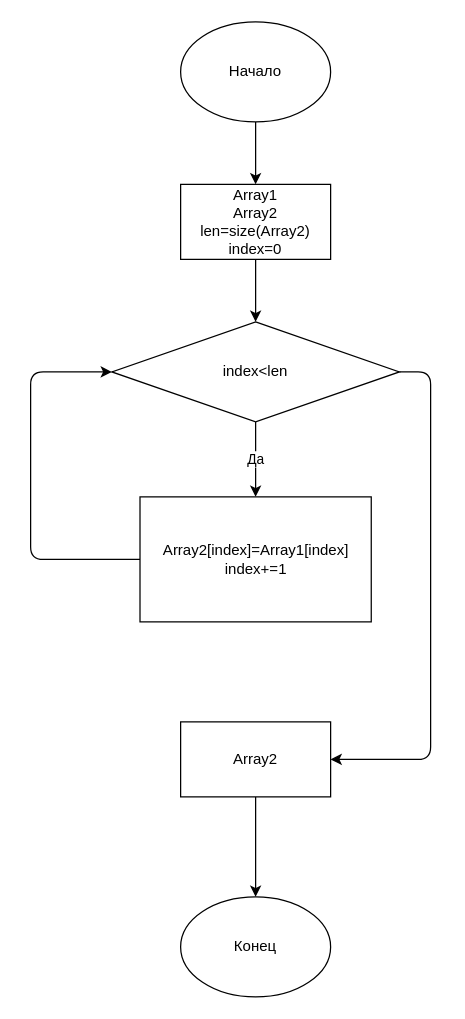
Before: text.drawio in Vavikachka/ControleWord, a draw.io diagram. Source tidied: cells renumbered, new cells numbered last; positions are measured from the earlier drawing's top-left corner, leaving out a move shared by most shapes. Both pictures are drawn from the tidied source at 125%, with x=0, y=0 at pixel (30, 21).
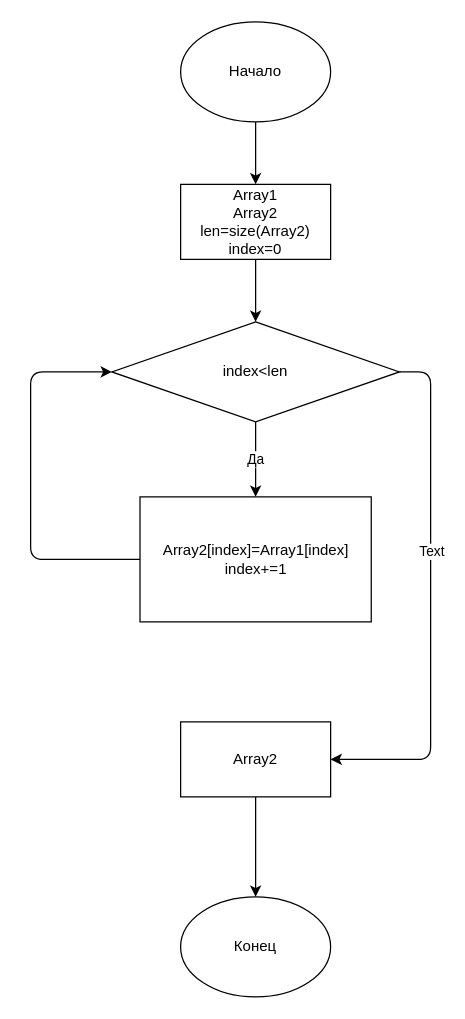
The same diagram, later.

What changed in the source:
```diff
@@
 <mxGraphModel>
   <root>
     <mxCell id="0" />
     <mxCell id="1" parent="0" />
     <mxCell id="2" style="edgeStyle=none;html=1;exitX=0.5;exitY=1;exitDx=0;exitDy=0;entryX=0.5;entryY=0;entryDx=0;entryDy=0;" parent="1" edge="1" source="3" target="5">
       <mxGeometry relative="1" as="geometry" />
     </mxCell>
     <mxCell id="3" value="Начало" style="ellipse;whiteSpace=wrap;html=1;" parent="1" vertex="1">
       <mxGeometry x="120" width="120" height="80" as="geometry" />
     </mxCell>
     <mxCell id="4" style="edgeStyle=none;html=1;exitX=0.5;exitY=1;exitDx=0;exitDy=0;entryX=0.5;entryY=0;entryDx=0;entryDy=0;" parent="1" edge="1" source="5" target="8">
       <mxGeometry relative="1" as="geometry" />
     </mxCell>
     <mxCell id="5" value="Array1&lt;br&gt;Array2&lt;br&gt;len=size(Array2)&lt;br&gt;index=0" style="rounded=0;whiteSpace=wrap;html=1;" parent="1" vertex="1">
       <mxGeometry x="120" y="130" width="120" height="60" as="geometry" />
     </mxCell>
     <mxCell id="6" value="Да" style="edgeStyle=none;html=1;exitX=0.5;exitY=1;exitDx=0;exitDy=0;entryX=0.5;entryY=0;entryDx=0;entryDy=0;" parent="1" edge="1" source="8" target="10">
       <mxGeometry relative="1" as="geometry" />
     </mxCell>
     <mxCell id="7" style="edgeStyle=none;html=1;exitX=1;exitY=0.5;exitDx=0;exitDy=0;entryX=1;entryY=0.5;entryDx=0;entryDy=0;" parent="1" edge="1" source="8" target="12">
       <mxGeometry relative="1" as="geometry">
         <Array as="points">
           <mxPoint x="320" y="280" />
           <mxPoint x="320" y="310" />
           <mxPoint x="320" y="360" />
           <mxPoint x="320" y="440" />
           <mxPoint x="320" y="590" />
         </Array>
       </mxGeometry>
     </mxCell>
+    <mxCell id="14" value="Text" style="edgeLabel;html=1;align=center;verticalAlign=middle;" parent="7" vertex="1">
+      <mxGeometry x="-0.19" relative="1" as="geometry" />
+    </mxCell>
     <mxCell id="8" value="index&amp;lt;len" style="rhombus;whiteSpace=wrap;html=1;" parent="1" vertex="1">
       <mxGeometry x="65" y="240" width="230" height="80" as="geometry" />
     </mxCell>
     <mxCell id="9" style="edgeStyle=none;html=1;exitX=0;exitY=0.5;exitDx=0;exitDy=0;entryX=0;entryY=0.5;entryDx=0;entryDy=0;" parent="1" edge="1" source="10" target="8">
       <mxGeometry relative="1" as="geometry">
         <Array as="points">
           <mxPoint y="430" />
           <mxPoint y="280" />
         </Array>
       </mxGeometry>
     </mxCell>
     <mxCell id="10" value="Array2[index]=Array1[index]&lt;br&gt;index+=1" style="rounded=0;whiteSpace=wrap;html=1;" parent="1" vertex="1">
       <mxGeometry x="87.5" y="380" width="185" height="100" as="geometry" />
     </mxCell>
     <mxCell id="11" style="edgeStyle=none;html=1;exitX=0.5;exitY=1;exitDx=0;exitDy=0;entryX=0.5;entryY=0;entryDx=0;entryDy=0;" parent="1" edge="1" source="12" target="13">
       <mxGeometry relative="1" as="geometry" />
     </mxCell>
     <mxCell id="12" value="Array2" style="rounded=0;whiteSpace=wrap;html=1;" parent="1" vertex="1">
       <mxGeometry x="120" y="560" width="120" height="60" as="geometry" />
     </mxCell>
     <mxCell id="13" value="Конец" style="ellipse;whiteSpace=wrap;html=1;" parent="1" vertex="1">
       <mxGeometry x="120" y="700" width="120" height="80" as="geometry" />
     </mxCell>
   </root>
 </mxGraphModel>
```
